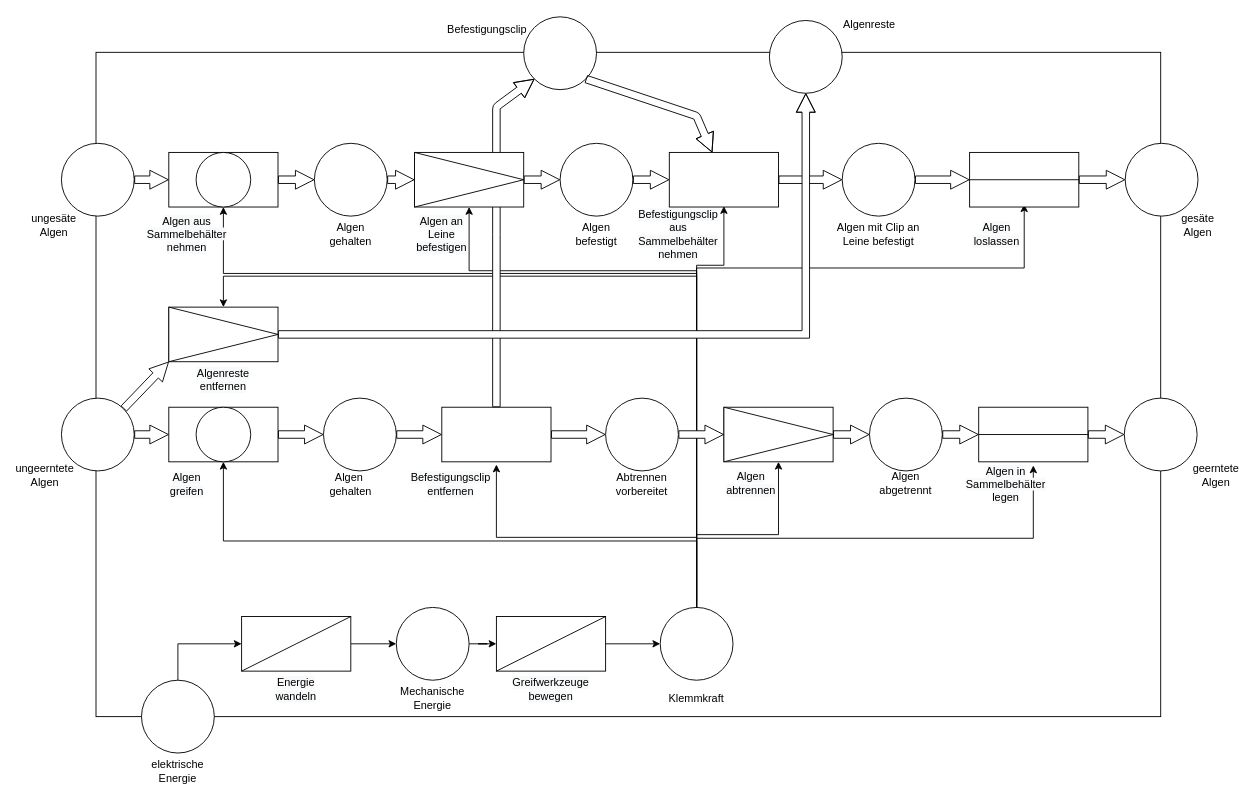
plastikpamaro/MKon keeps this draw.io diagram as Meilenstein 2/Dokumente/Funktionsplan/Flussorientierte Funktionsstruktur.drawio. Above is the earlier version. Source tidied: cells renumbered, new cells numbered last; positions are measured from the earlier drawing's top-left corner, leaving out a move shared by most shapes. Both pictures are drawn from the tidied source at 91%, with x=0, y=0 at pixel (26, 15).
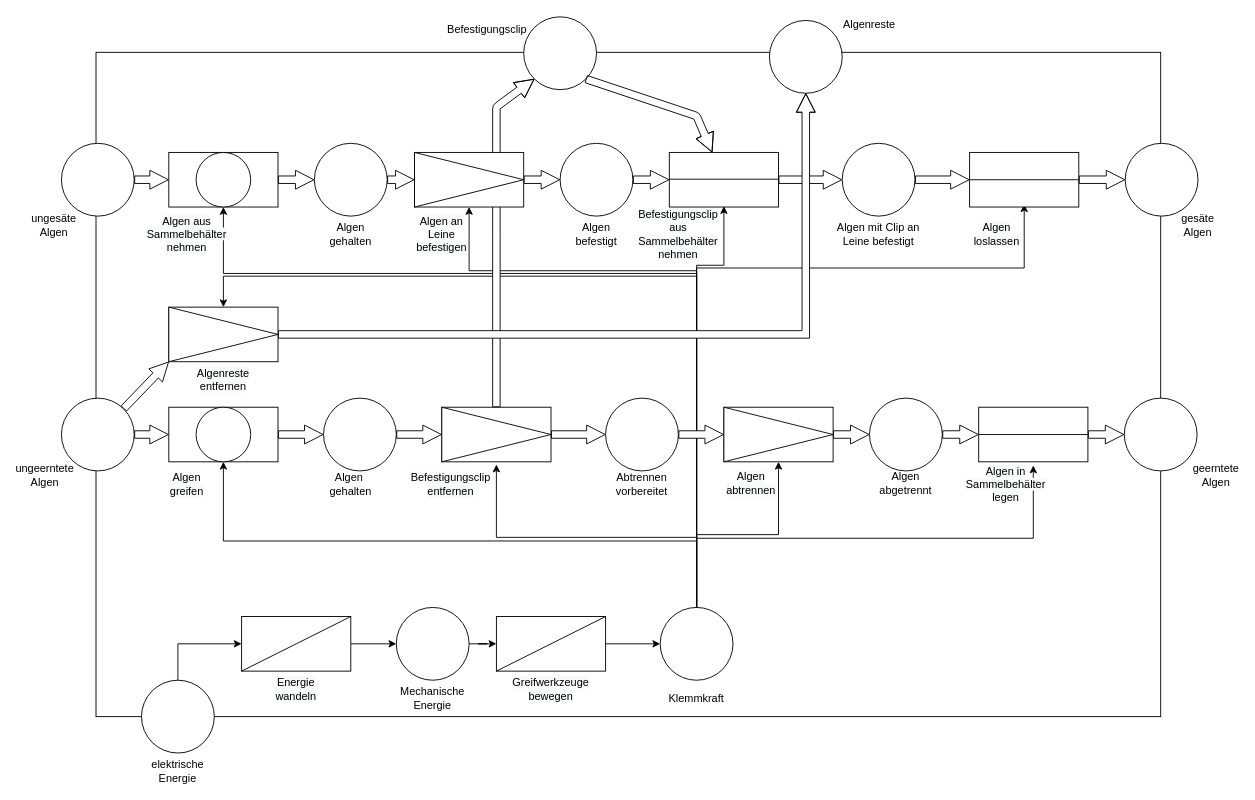
The same diagram, later.

Commit message (it also covers changes not shown here):
updated präsi, usecases, funktionsstruktur

Diff of the diagram source:
```diff
@@
+    <mxCell id="98" style="triangle;whiteSpace=wrap;html=1;" parent="3" vertex="1">
+      <mxGeometry x="456" y="430" width="120" height="60" as="geometry" />
+    </mxCell>
+    <mxCell id="99" style="endArrow=none;html=1;fillColor=#ffffff;entryX=0;entryY=0.5;entryDx=0;entryDy=0;" parent="3" edge="1">
+      <mxGeometry relative="1" as="geometry">
+        <mxPoint x="826" y="179.4" as="sourcePoint" />
+        <mxPoint x="706" y="179.4" as="targetPoint" />
+      </mxGeometry>
+    </mxCell>
```
